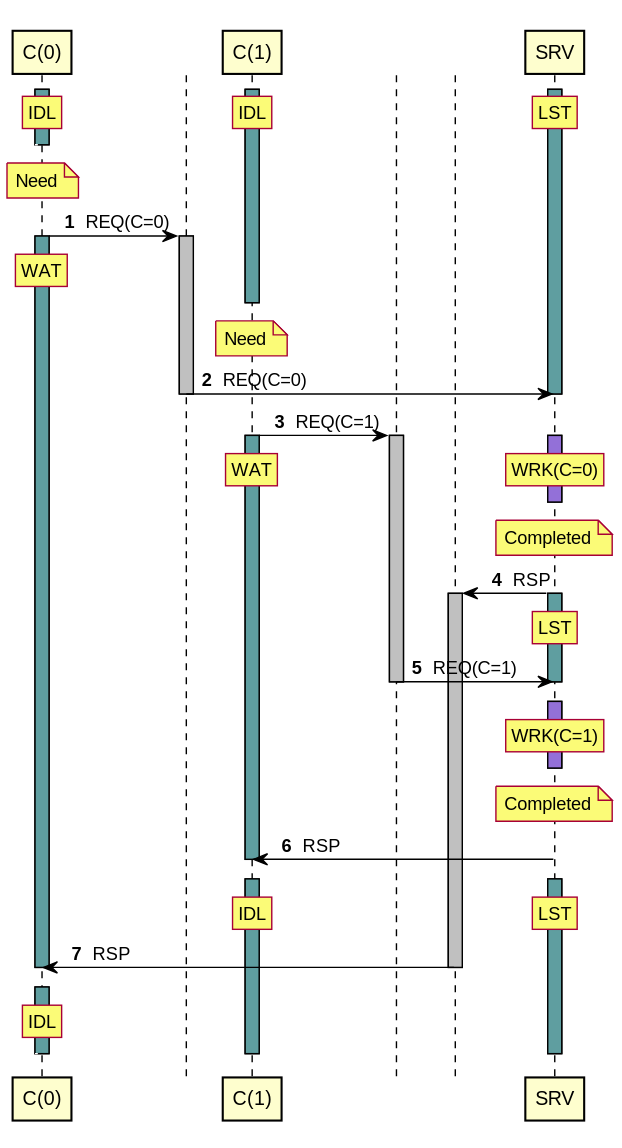
orenbenkiki/total-space keeps this PlantUML diagram as tests/expected/test_clients_server/sequence.svg. Above is the earlier version.
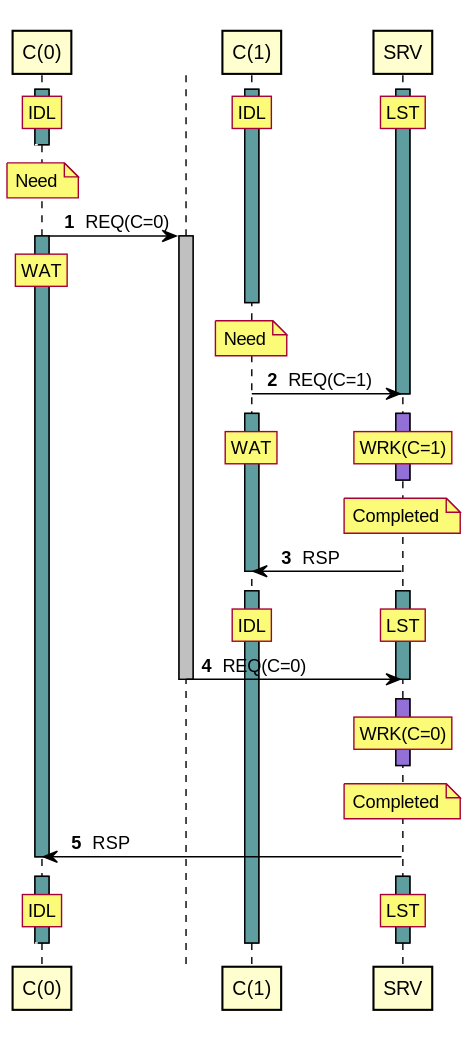
The same diagram one commit later.

What changed in the source:
```diff
@@ -34,34 +34,15 @@
 autonumber resume
 deactivate A1
 note over A1 : Need
-T0 -> A2 : REQ(C=0)
-deactivate T0
-deactivate A2
-control " " as T1 order 10201
-A1 -> T1 : REQ(C=1)
-activate T1 #Silver
-activate A1 #CadetBlue
-activate A2 #MediumPurple
-rnote over A1 : WAT
-/ rnote over A2 : WRK(C=0)
-autonumber stop
-[<[#White]-- A0
-autonumber resume
-deactivate A2
-note over A2 : Completed
-control " " as T2 order 10299
-A2 -> T2 : RSP
-activate T2 #Silver
-activate A2 #CadetBlue
-rnote over A2 : LST
-T1 -> A2 : REQ(C=1)
-deactivate T1
+A1 -> A2 : REQ(C=1)
 deactivate A2
 autonumber stop
 [<[#White]-- A0
 autonumber resume
+activate A1 #CadetBlue
 activate A2 #MediumPurple
-rnote over A2 : WRK(C=1)
+rnote over A1 : WAT
+/ rnote over A2 : WRK(C=1)
 autonumber stop
 [<[#White]-- A0
 autonumber resume
@@ -76,14 +57,28 @@
 activate A1 #CadetBlue
 rnote over A2 : LST
 / rnote over A1 : IDL
-T2 -> A0 : RSP
-deactivate T2
+T0 -> A2 : REQ(C=0)
+deactivate T0
+deactivate A2
+autonumber stop
+[<[#White]-- A0
+autonumber resume
+activate A2 #MediumPurple
+rnote over A2 : WRK(C=0)
+autonumber stop
+[<[#White]-- A0
+autonumber resume
+deactivate A2
+note over A2 : Completed
+A2 -> A0 : RSP
 deactivate A0
 autonumber stop
 [<[#White]-- A0
 autonumber resume
+activate A2 #CadetBlue
 activate A0 #CadetBlue
-rnote over A0 : IDL
+rnote over A2 : LST
+/ rnote over A0 : IDL
 autonumber stop
 [<[#White]-- A0
 autonumber resume
```
